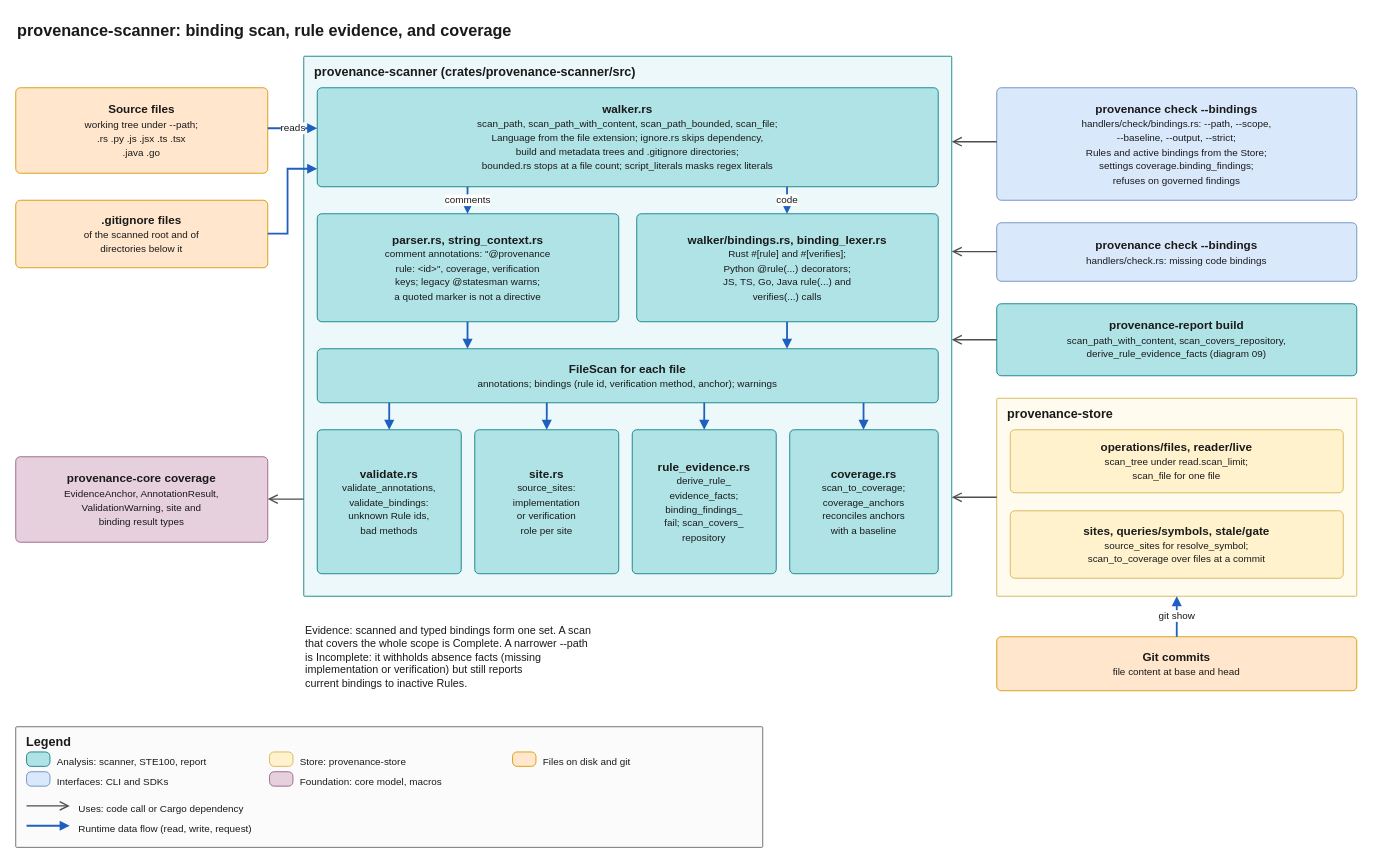
Earlier version of the draw.io diagram docs/architecture/diagrams/08-scanner-and-coverage.drawio (quality-sh/provenance). Source tidied: cells renumbered, new cells numbered last; positions are measured from the earlier drawing's top-left corner, leaving out a move shared by most shapes. Both pictures are drawn from the tidied source at 90%, with x=0, y=0 at pixel (15, 15).
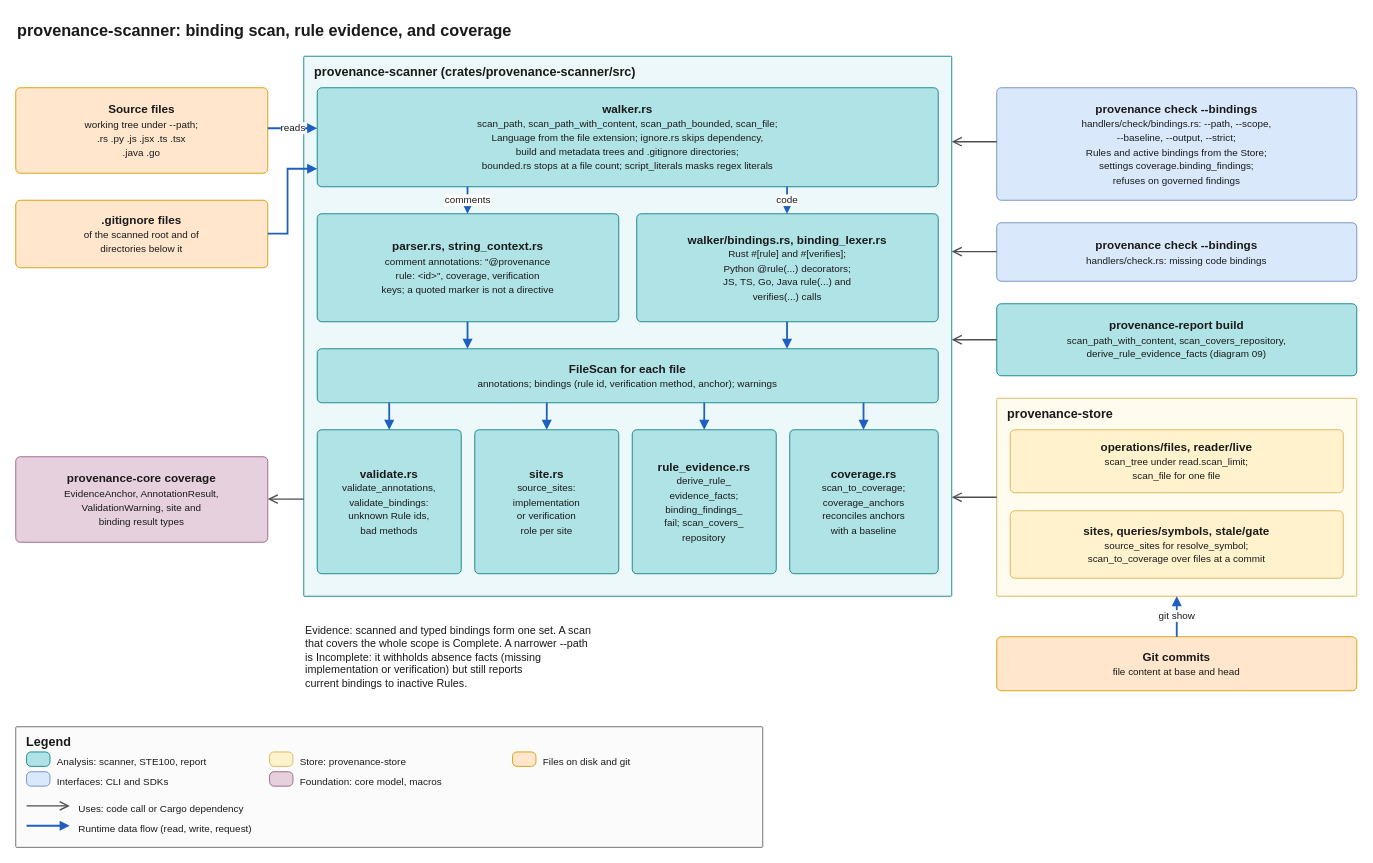
Above is the later version.

Commit message (it also covers changes not shown here):
Remove the @statesman marker and the bindings to Rules with archive requests

The change refers to these unchanged cells:
```xml
<mxCell id="6" value="provenance-scanner (crates/provenance-scanner/src)" style="rounded=1;arcSize=2;absoluteArcSize=1;whiteSpace=wrap;html=1;fillColor=#ecf8f9;strokeColor=#0e8088;verticalAlign=top;align=left;spacingLeft=10;spacingRight=10;spacingTop=2;fontStyle=1;fontSize=14;fontColor=#1a1a1a;" parent="1" vertex="1">
  <mxGeometry x="320" y="45" width="720" height="600" as="geometry" />
</mxCell>
```

Diff of the diagram source:
```diff
@@
-    <mxCell id="8" value="&lt;b&gt;parser.rs, string_context.rs&lt;/b&gt;&lt;br&gt;&lt;font style=&quot;font-size:11px&quot;&gt;comment annotations: &quot;@provenance&lt;br&gt;rule: &amp;lt;id&amp;gt;&quot;, coverage, verification&lt;br&gt;keys; legacy @statesman warns;&lt;br&gt;a quoted marker is not a directive&lt;/font&gt;" style="rounded=1;arcSize=10;absoluteArcSize=1;whiteSpace=wrap;html=1;fillColor=#b0e3e6;strokeColor=#0e8088;fontSize=13;fontColor=#1a1a1a;verticalAlign=middle;align=center;spacing=4;" parent="6" vertex="1">
+    <mxCell id="8" value="&lt;b&gt;parser.rs, string_context.rs&lt;/b&gt;&lt;br&gt;&lt;font style=&quot;font-size:11px&quot;&gt;comment annotations: &quot;@provenance&lt;br&gt;rule: &amp;lt;id&amp;gt;&quot;, coverage, verification&lt;br&gt;keys; a quoted marker is not a directive&lt;/font&gt;" style="rounded=1;arcSize=10;absoluteArcSize=1;whiteSpace=wrap;html=1;fillColor=#b0e3e6;strokeColor=#0e8088;fontSize=13;fontColor=#1a1a1a;verticalAlign=middle;align=center;spacing=4;" parent="6" vertex="1">
       <mxGeometry x="15" y="175" width="335" height="120" as="geometry" />
     </mxCell>
```
